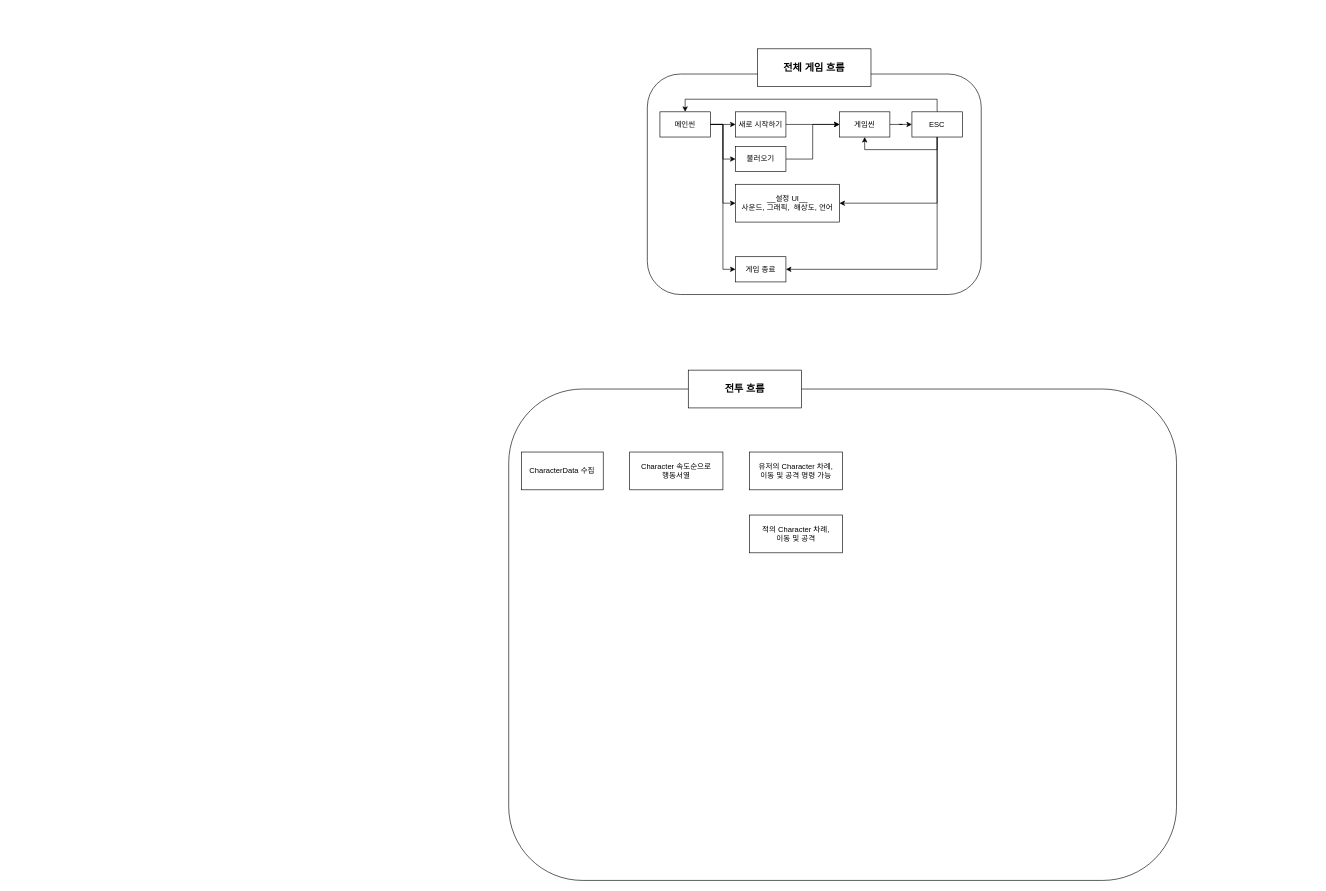
Before: Rough Code Design.drawio in hu4nana/ClassIdeas, a draw.io diagram. Source tidied: cells renumbered, new cells numbered last; positions are measured from the earlier drawing's top-left corner, leaving out a move shared by most shapes. Both pictures are drawn from the tidied source at 63%, with x=0, y=0 at pixel (508, 49).
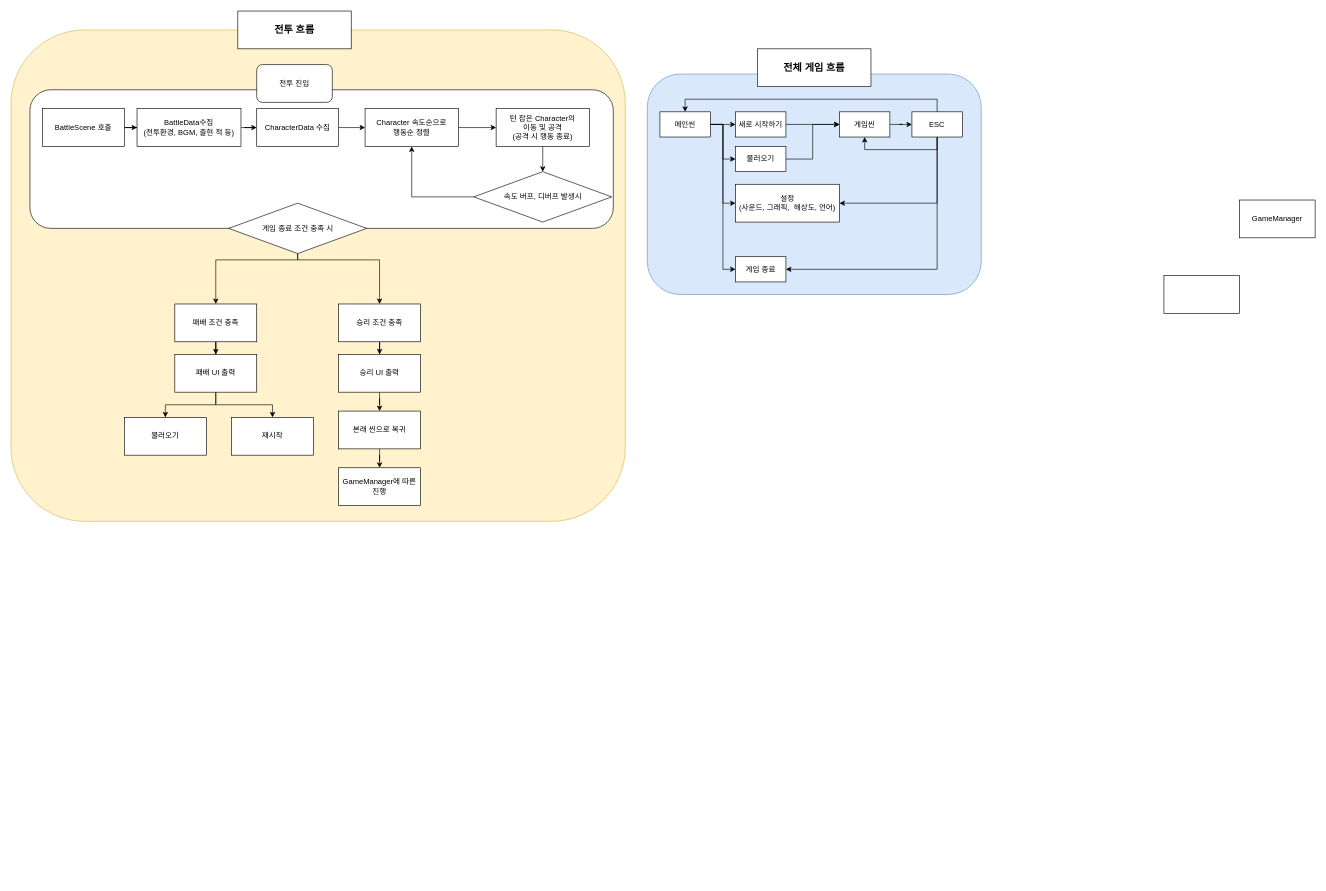
The same page after the edit.

Unchanged cells that the change refers to:
```xml
<mxCell id="3" style="group;" parent="2" vertex="1">
  <mxGeometry y="40" width="530" height="350" as="geometry" />
</mxCell>
```

The edit, as a diff of the source:
```diff
@@
-    <mxCell id="4" style="rounded=1;whiteSpace=wrap;html=1;" parent="3" vertex="1">
+    <mxCell id="4" style="rounded=1;whiteSpace=wrap;html=1;fillColor=#dae8fc;strokeColor=#6c8ebf;" parent="3" vertex="1">
       <mxGeometry width="530" height="350" as="geometry" />
     </mxCell>
@@
-    <mxCell id="21" value="__설정 UI__&lt;div&gt;사운드, 그래픽,&amp;nbsp; 해상도, 언어&lt;/div&gt;" style="rounded=0;whiteSpace=wrap;html=1;" parent="3" vertex="1">
+    <mxCell id="21" value="설정&lt;div&gt;(사운드, 그래픽,&amp;nbsp; 해상도, 언어)&lt;/div&gt;" style="rounded=0;whiteSpace=wrap;html=1;" parent="3" vertex="1">
       <mxGeometry x="140" y="175" width="165" height="60" as="geometry" />
     </mxCell>
@@
+    <mxCell id="30" style="group;" parent="1" vertex="1">
+      <mxGeometry x="-790" y="-60" width="975" height="810" as="geometry" />
+    </mxCell>
-    <mxCell id="24" style="rounded=1;whiteSpace=wrap;html=1;" parent="1" vertex="1">
-      <mxGeometry y="540" width="1060" height="780" as="geometry" />
+    <mxCell id="24" style="rounded=1;whiteSpace=wrap;html=1;fillColor=#fff2cc;strokeColor=#d6b656;" parent="30" vertex="1">
+      <mxGeometry y="30" width="975" height="780" as="geometry" />
     </mxCell>
+    <mxCell id="31" style="rounded=1;whiteSpace=wrap;html=1;" parent="30" vertex="1">
+      <mxGeometry x="30" y="125" width="926" height="220" as="geometry" />
+    </mxCell>
-    <mxCell id="25" value="전투 흐름" style="rounded=0;whiteSpace=wrap;html=1;fontSize=16;fontStyle=1;" parent="1" vertex="1">
-      <mxGeometry x="285" y="510" width="180" height="60" as="geometry" />
+    <mxCell id="25" value="전투 흐름" style="rounded=0;whiteSpace=wrap;html=1;fontSize=16;fontStyle=1;" parent="30" vertex="1">
+      <mxGeometry x="360" width="180" height="60" as="geometry" />
     </mxCell>
+    <mxCell id="32" style="edgeStyle=orthogonalEdgeStyle;rounded=0;jettySize=auto;html=1;entryX=0;entryY=0.5;entryDx=0;entryDy=0;" parent="30" edge="1" source="26" target="29">
+      <mxGeometry relative="1" as="geometry" />
+    </mxCell>
-    <mxCell id="26" value="Character 속도순으로&lt;div&gt;행동서열&lt;/div&gt;" style="rounded=0;whiteSpace=wrap;html=1;" parent="1" vertex="1">
-      <mxGeometry x="192" y="640" width="148" height="60" as="geometry" />
+    <mxCell id="26" value="Character 속도순으로&lt;div&gt;행동순 정렬&lt;/div&gt;" style="rounded=0;whiteSpace=wrap;html=1;" parent="30" vertex="1">
+      <mxGeometry x="562" y="155" width="148" height="60" as="geometry" />
     </mxCell>
+    <mxCell id="33" style="edgeStyle=orthogonalEdgeStyle;rounded=0;jettySize=auto;html=1;entryX=0;entryY=0.5;entryDx=0;entryDy=0;" parent="30" edge="1" source="27" target="26">
+      <mxGeometry relative="1" as="geometry" />
+    </mxCell>
-    <mxCell id="27" value="CharacterData 수집" style="rounded=0;whiteSpace=wrap;html=1;" parent="1" vertex="1">
-      <mxGeometry x="20" y="640" width="130" height="60" as="geometry" />
+    <mxCell id="27" value="CharacterData 수집" style="rounded=0;whiteSpace=wrap;html=1;" parent="30" vertex="1">
+      <mxGeometry x="390" y="155" width="130" height="60" as="geometry" />
     </mxCell>
-    <mxCell id="28" value="유저의 Character 차례,&lt;div&gt;이동 및 공격 명령 가능&lt;/div&gt;" style="rounded=0;whiteSpace=wrap;html=1;" parent="1" vertex="1">
-      <mxGeometry x="382" y="640" width="148" height="60" as="geometry" />
-    </mxCell>
+    <mxCell id="34" style="edgeStyle=orthogonalEdgeStyle;rounded=0;jettySize=auto;html=1;" parent="30" edge="1" source="29" target="36">
+      <mxGeometry relative="1" as="geometry" />
+    </mxCell>
-    <mxCell id="29" value="적의 Character 차례,&lt;div&gt;이동 및 공격&lt;/div&gt;" style="rounded=0;whiteSpace=wrap;html=1;" parent="1" vertex="1">
-      <mxGeometry x="382" y="740" width="148" height="60" as="geometry" />
+    <mxCell id="29" value="턴 잡은 Character의&lt;div&gt;이동 및 공격&lt;/div&gt;&lt;div&gt;(공격 시 행동 종료)&lt;/div&gt;" style="rounded=0;whiteSpace=wrap;html=1;" parent="30" vertex="1">
+      <mxGeometry x="770" y="155" width="148" height="60" as="geometry" />
     </mxCell>
+    <mxCell id="35" style="edgeStyle=orthogonalEdgeStyle;rounded=0;jettySize=auto;html=1;entryX=0.5;entryY=1;entryDx=0;entryDy=0;" parent="30" edge="1" source="36" target="26">
+      <mxGeometry relative="1" as="geometry" />
+    </mxCell>
+    <mxCell id="36" value="속도&amp;nbsp;&lt;span style=&quot;background-color: transparent; color: light-dark(rgb(0, 0, 0), rgb(255, 255, 255));&quot;&gt;버프, 디버프 발생시&lt;/span&gt;" style="rhombus;whiteSpace=wrap;html=1;shapeInside=1;" parent="30" vertex="1">
+      <mxGeometry x="734.5" y="255" width="219" height="80" as="geometry" />
+    </mxCell>
+    <mxCell id="37" style="edgeStyle=orthogonalEdgeStyle;rounded=0;jettySize=auto;html=1;entryX=0.5;entryY=0;entryDx=0;entryDy=0;" parent="30" edge="1" source="39" target="44">
+      <mxGeometry relative="1" as="geometry">
+        <Array as="points">
+          <mxPoint x="455" y="395" />
+          <mxPoint x="325" y="395" />
+        </Array>
+      </mxGeometry>
+    </mxCell>
+    <mxCell id="38" style="edgeStyle=orthogonalEdgeStyle;rounded=0;jettySize=auto;html=1;entryX=0.5;entryY=0;entryDx=0;entryDy=0;" parent="30" edge="1" source="39" target="41">
+      <mxGeometry relative="1" as="geometry">
+        <Array as="points">
+          <mxPoint x="455" y="395" />
+          <mxPoint x="585" y="395" />
+        </Array>
+      </mxGeometry>
+    </mxCell>
+    <mxCell id="39" value="게임 종료 조건 충족 시" style="rhombus;whiteSpace=wrap;html=1;shapeInside=1;" parent="30" vertex="1">
+      <mxGeometry x="345.5" y="305" width="219" height="80" as="geometry" />
+    </mxCell>
+    <mxCell id="40" style="edgeStyle=orthogonalEdgeStyle;rounded=0;jettySize=auto;html=1;" parent="30" edge="1" source="41" target="49">
+      <mxGeometry relative="1" as="geometry" />
+    </mxCell>
+    <mxCell id="41" value="승리 조건 충족" style="rounded=0;whiteSpace=wrap;html=1;" parent="30" vertex="1">
+      <mxGeometry x="520" y="465" width="130" height="60" as="geometry" />
+    </mxCell>
+    <mxCell id="42" value="전투 진입" style="rounded=1;whiteSpace=wrap;html=1;" parent="30" vertex="1">
+      <mxGeometry x="390" y="85" width="120" height="60" as="geometry" />
+    </mxCell>
+    <mxCell id="43" style="edgeStyle=orthogonalEdgeStyle;rounded=0;jettySize=auto;html=1;" parent="30" edge="1" source="44" target="47">
+      <mxGeometry relative="1" as="geometry" />
+    </mxCell>
+    <mxCell id="44" value="패배 조건 충족" style="rounded=0;whiteSpace=wrap;html=1;" parent="30" vertex="1">
+      <mxGeometry x="260" y="465" width="130" height="60" as="geometry" />
+    </mxCell>
+    <mxCell id="45" style="edgeStyle=orthogonalEdgeStyle;rounded=0;jettySize=auto;html=1;" parent="30" edge="1" source="47" target="56">
+      <mxGeometry relative="1" as="geometry" />
+    </mxCell>
+    <mxCell id="46" style="edgeStyle=orthogonalEdgeStyle;rounded=0;jettySize=auto;html=1;" parent="30" edge="1" source="47" target="57">
+      <mxGeometry relative="1" as="geometry" />
+    </mxCell>
+    <mxCell id="47" value="패배 UI 출력" style="rounded=0;whiteSpace=wrap;html=1;" parent="30" vertex="1">
+      <mxGeometry x="260" y="545" width="130" height="60" as="geometry" />
+    </mxCell>
+    <mxCell id="48" style="edgeStyle=orthogonalEdgeStyle;rounded=0;jettySize=auto;html=1;entryX=0.5;entryY=0;entryDx=0;entryDy=0;" parent="30" edge="1" source="49" target="51">
+      <mxGeometry relative="1" as="geometry" />
+    </mxCell>
+    <mxCell id="49" value="승리 UI 출력" style="rounded=0;whiteSpace=wrap;html=1;" parent="30" vertex="1">
+      <mxGeometry x="520" y="545" width="130" height="60" as="geometry" />
+    </mxCell>
+    <mxCell id="50" style="edgeStyle=orthogonalEdgeStyle;rounded=0;jettySize=auto;html=1;" parent="30" edge="1" source="51" target="58">
+      <mxGeometry relative="1" as="geometry" />
+    </mxCell>
+    <mxCell id="51" value="본래 씬으로 복귀" style="rounded=0;whiteSpace=wrap;html=1;" parent="30" vertex="1">
+      <mxGeometry x="520" y="635" width="130" height="60" as="geometry" />
+    </mxCell>
+    <mxCell id="52" style="edgeStyle=orthogonalEdgeStyle;rounded=0;jettySize=auto;html=1;entryX=0;entryY=0.5;entryDx=0;entryDy=0;" parent="30" edge="1" source="53" target="55">
+      <mxGeometry relative="1" as="geometry" />
+    </mxCell>
+    <mxCell id="53" value="BattleScene 호출" style="rounded=0;whiteSpace=wrap;html=1;" parent="30" vertex="1">
+      <mxGeometry x="50" y="155" width="130" height="60" as="geometry" />
+    </mxCell>
+    <mxCell id="54" style="edgeStyle=orthogonalEdgeStyle;rounded=0;jettySize=auto;html=1;entryX=0;entryY=0.5;entryDx=0;entryDy=0;" parent="30" edge="1" source="55" target="27">
+      <mxGeometry relative="1" as="geometry" />
+    </mxCell>
+    <mxCell id="55" value="BattleData수집&lt;div&gt;(전투환경, BGM, 출현 적 등)&lt;/div&gt;" style="rounded=0;whiteSpace=wrap;html=1;" parent="30" vertex="1">
+      <mxGeometry x="200" y="155" width="165" height="60" as="geometry" />
+    </mxCell>
+    <mxCell id="56" value="불러오기" style="rounded=0;whiteSpace=wrap;html=1;" parent="30" vertex="1">
+      <mxGeometry x="180" y="645" width="130" height="60" as="geometry" />
+    </mxCell>
+    <mxCell id="57" value="재시작" style="rounded=0;whiteSpace=wrap;html=1;" parent="30" vertex="1">
+      <mxGeometry x="350" y="645" width="130" height="60" as="geometry" />
+    </mxCell>
+    <mxCell id="58" value="GameManager에 따른&lt;div&gt;진행&lt;/div&gt;" style="rounded=0;whiteSpace=wrap;html=1;" parent="30" vertex="1">
+      <mxGeometry x="520" y="725" width="130" height="60" as="geometry" />
+    </mxCell>
+    <mxCell id="59" value="GameManager" style="rounded=0;whiteSpace=wrap;html=1;" parent="1" vertex="1">
+      <mxGeometry x="1160" y="240" width="120" height="60" as="geometry" />
+    </mxCell>
+    <mxCell id="60" style="rounded=0;whiteSpace=wrap;html=1;" parent="1" vertex="1">
+      <mxGeometry x="1040" y="360" width="120" height="60" as="geometry" />
+    </mxCell>
```
